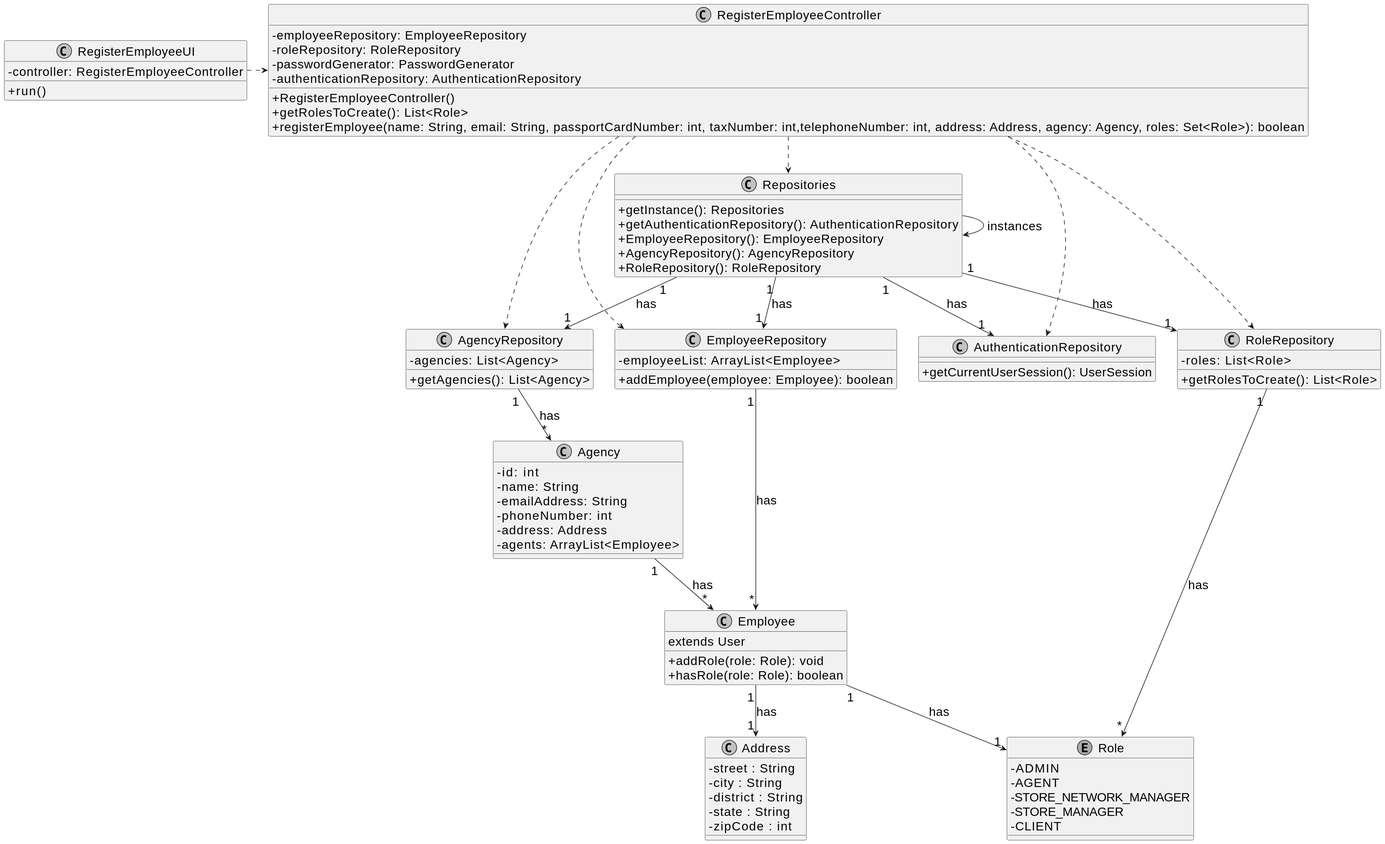
The PlantUML diagram docs/sprintB/us003/03.design/svg/us003-class-diagram.svg in Goncalves2525/real-estate-management-system, before a commit.
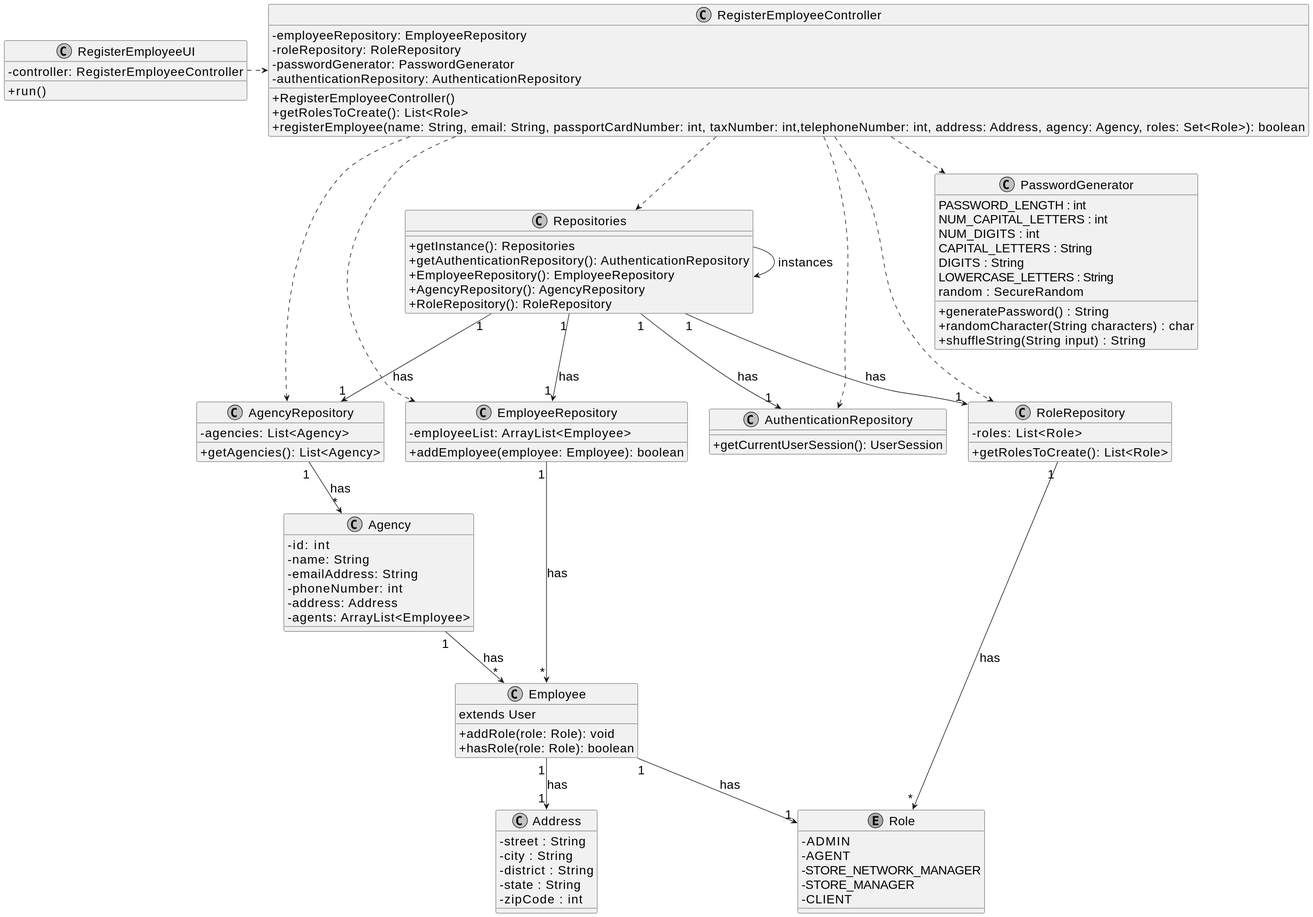
Later version of the same file.

The edit, as a diff of the source:
```diff
@@ -50,6 +50,19 @@
   +registerEmployee(name: String, email: String, passportCardNumber: int, taxNumber: int,telephoneNumber: int, address: Address, agency: Agency, roles: Set<Role>): boolean
 }
 
+class PasswordGenerator{
+    PASSWORD_LENGTH : int
+    NUM_CAPITAL_LETTERS : int
+    NUM_DIGITS : int
+    CAPITAL_LETTERS : String
+    DIGITS : String
+    LOWERCASE_LETTERS : String
+    random : SecureRandom
+    +generatePassword() : String
+    +randomCharacter(String characters) : char
+    +shuffleString(String input) : String
+}
+
 class Address{
     - street : String
     - city : String
@@ -97,4 +110,5 @@
 Employee "1" --> "1" Address : has
 Employee "1" --> "1" Role : has
 Agency "1" --> "*" Employee : has
+RegisterEmployeeController ..> PasswordGenerator
 @enduml
```
